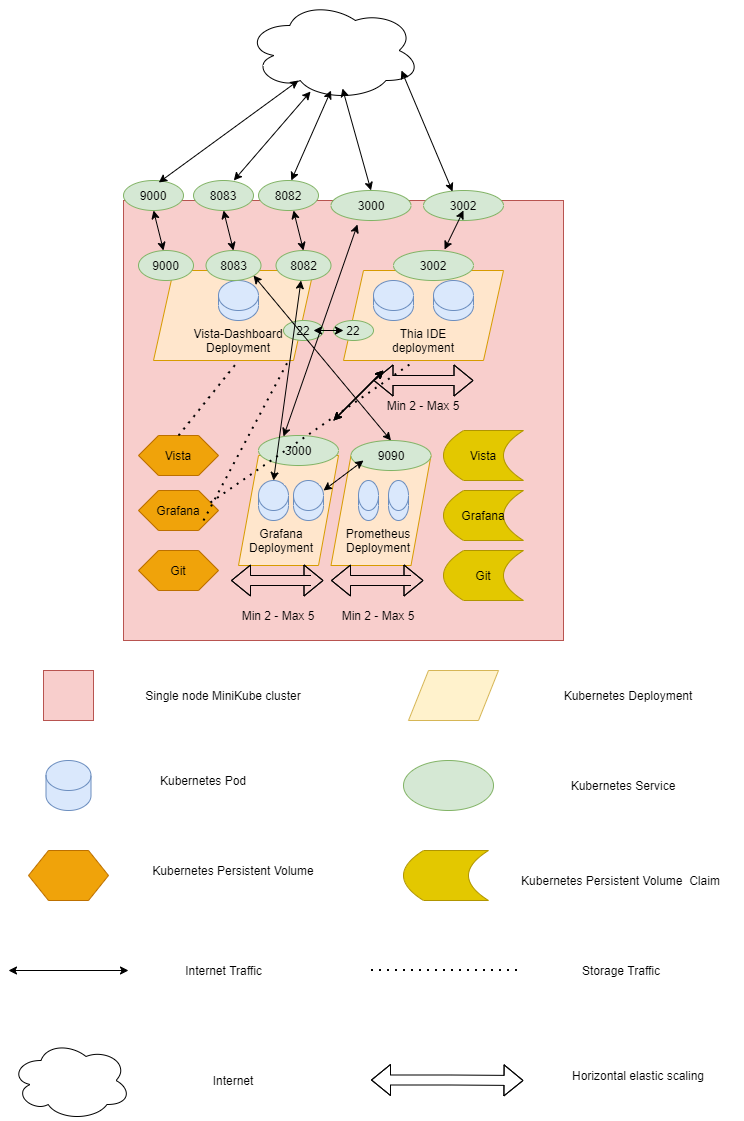
Above: Vista-Kubernetes/YottaDBDashboard-Kubernetes.png in RamSailopal/YottaDB-dashboard (draw.io), before the change. Source tidied: cells renumbered, new cells last; positions are measured from the earlier drawing's top-left corner, leaving out a move shared by most shapes.
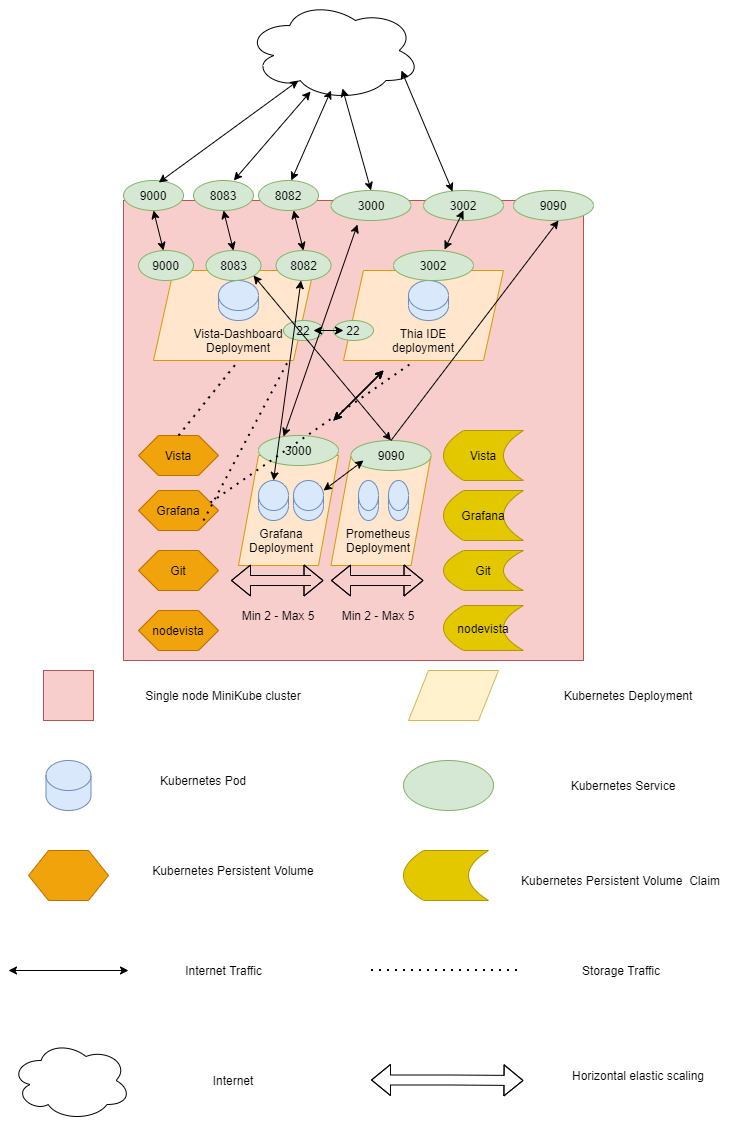
Later version of the same file.

Change to the diagram source:
```diff
@@ -3,7 +3,7 @@
     <mxCell id="0" />
     <mxCell id="1" parent="0" />
     <mxCell id="2" style="whiteSpace=wrap;html=1;fillColor=#f8cecc;strokeColor=#b85450;" parent="1" vertex="1">
-      <mxGeometry x="115" y="200" width="440" height="440" as="geometry" />
+      <mxGeometry x="115" y="200" width="460" height="460" as="geometry" />
     </mxCell>
     <mxCell id="3" style="shape=parallelogram;perimeter=parallelogramPerimeter;whiteSpace=wrap;html=1;fixedSize=1;fillColor=#ffe6cc;strokeColor=#d79b00;" parent="1" vertex="1">
       <mxGeometry x="145" y="270" width="160" height="90" as="geometry" />
@@ -17,11 +17,8 @@
     <mxCell id="6" style="shape=cylinder3;whiteSpace=wrap;html=1;boundedLbl=1;backgroundOutline=1;size=15;fillColor=#dae8fc;strokeColor=#6c8ebf;" parent="1" vertex="1">
       <mxGeometry x="210" y="280" width="40" height="40" as="geometry" />
     </mxCell>
-    <mxCell id="7" style="shape=cylinder3;whiteSpace=wrap;html=1;boundedLbl=1;backgroundOutline=1;size=15;fillColor=#dae8fc;strokeColor=#6c8ebf;" parent="1" vertex="1">
-      <mxGeometry x="365" y="280" width="40" height="40" as="geometry" />
-    </mxCell>
     <mxCell id="8" style="shape=cylinder3;whiteSpace=wrap;html=1;boundedLbl=1;backgroundOutline=1;size=15;fillColor=#dae8fc;strokeColor=#6c8ebf;" parent="1" vertex="1">
-      <mxGeometry x="425" y="280" width="40" height="40" as="geometry" />
+      <mxGeometry x="400" y="280" width="40" height="40" as="geometry" />
     </mxCell>
     <mxCell id="9" style="shape=cylinder3;whiteSpace=wrap;html=1;boundedLbl=1;backgroundOutline=1;size=15;fillColor=#dae8fc;strokeColor=#6c8ebf;" parent="1" vertex="1">
       <mxGeometry x="250" y="480" width="30" height="40" as="geometry" />
@@ -184,7 +181,7 @@
       <mxGeometry x="175" y="1070" width="100" height="20" as="geometry" />
     </mxCell>
     <mxCell id="54" value="Git" style="shape=dataStorage;whiteSpace=wrap;html=1;fixedSize=1;fillColor=#e3c800;strokeColor=#B09500;fontColor=#000000;" parent="1" vertex="1">
-      <mxGeometry x="435" y="550" width="80" height="50" as="geometry" />
+      <mxGeometry x="435" y="550" width="80" height="40" as="geometry" />
     </mxCell>
     <mxCell id="55" value="Git" style="shape=hexagon;perimeter=hexagonPerimeter2;whiteSpace=wrap;html=1;fixedSize=1;fillColor=#f0a30a;strokeColor=#BD7000;fontColor=#000000;" parent="1" vertex="1">
       <mxGeometry x="130" y="550" width="80" height="40" as="geometry" />
@@ -272,15 +269,6 @@
     <mxCell id="74" style="shape=cylinder3;whiteSpace=wrap;html=1;boundedLbl=1;backgroundOutline=1;size=15;fillColor=#dae8fc;strokeColor=#6c8ebf;" parent="1" vertex="1">
       <mxGeometry x="380" y="480" width="20" height="40" as="geometry" />
     </mxCell>
-    <mxCell id="75" style="shape=flexArrow;endArrow=classic;startArrow=classic;html=1;rounded=0;" parent="1" edge="1">
-      <mxGeometry relative="1" as="geometry">
-        <mxPoint x="365" y="380" as="sourcePoint" />
-        <mxPoint x="465" y="380" as="targetPoint" />
-        <Array as="points">
-          <mxPoint x="445" y="380" />
-        </Array>
-      </mxGeometry>
-    </mxCell>
     <mxCell id="76" style="shape=flexArrow;endArrow=classic;startArrow=classic;html=1;rounded=0;" parent="1" edge="1">
       <mxGeometry relative="1" as="geometry">
         <mxPoint x="222.5" y="580" as="sourcePoint" />
@@ -299,9 +287,6 @@
         </Array>
       </mxGeometry>
     </mxCell>
-    <mxCell id="78" value="Min 2 - Max 5" style="text;html=1;strokeColor=none;fillColor=none;align=center;verticalAlign=middle;whiteSpace=wrap;rounded=0;" parent="1" vertex="1">
-      <mxGeometry x="375" y="390" width="80" height="30" as="geometry" />
-    </mxCell>
     <mxCell id="79" value="Min 2 - Max 5" style="text;html=1;strokeColor=none;fillColor=none;align=center;verticalAlign=middle;whiteSpace=wrap;rounded=0;" parent="1" vertex="1">
       <mxGeometry x="230" y="600" width="80" height="30" as="geometry" />
     </mxCell>
@@ -331,5 +316,19 @@
         <mxPoint x="322.5" y="90" as="targetPoint" />
       </mxGeometry>
     </mxCell>
+    <mxCell id="85" value="9090" style="ellipse;whiteSpace=wrap;html=1;fillColor=#d5e8d4;strokeColor=#82b366;" parent="1" vertex="1">
+      <mxGeometry x="505" y="190" width="80" height="30" as="geometry" />
+    </mxCell>
+    <mxCell id="86" style="endArrow=classic;html=1;rounded=0;exitX=0.5;exitY=0;exitDx=0;exitDy=0;" parent="1" edge="1" source="65">
+      <mxGeometry relative="1" as="geometry">
+        <mxPoint x="550" y="220" as="targetPoint" />
+      </mxGeometry>
+    </mxCell>
+    <mxCell id="87" value="nodevista" style="shape=hexagon;perimeter=hexagonPerimeter2;whiteSpace=wrap;html=1;fixedSize=1;fillColor=#f0a30a;strokeColor=#BD7000;fontColor=#000000;" parent="1" vertex="1">
+      <mxGeometry x="130" y="610" width="80" height="40" as="geometry" />
+    </mxCell>
+    <mxCell id="88" value="nodevista" style="shape=dataStorage;whiteSpace=wrap;html=1;fixedSize=1;fillColor=#e3c800;strokeColor=#B09500;fontColor=#000000;" parent="1" vertex="1">
+      <mxGeometry x="435" y="605" width="80" height="45" as="geometry" />
+    </mxCell>
   </root>
 </mxGraphModel>
```
